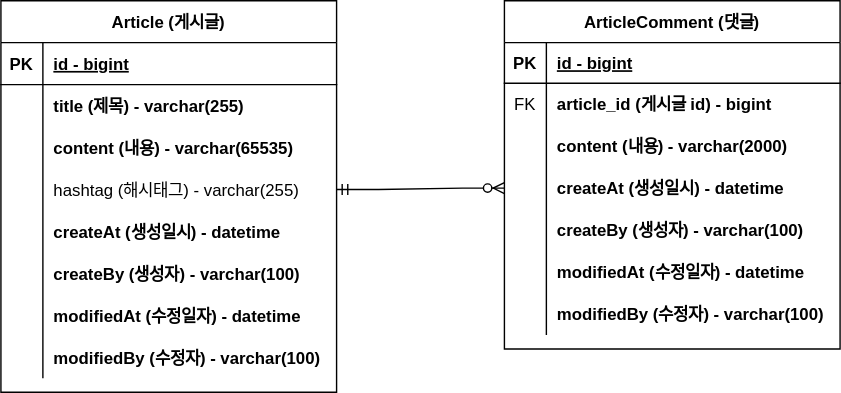
Before: doc/project-board-erd.svg, a diagram exported from draw.io (JadeKim042386/project-board). Source tidied: cells renumbered, new cells last; positions are measured from the earlier drawing's top-left corner, leaving out a move shared by most shapes.
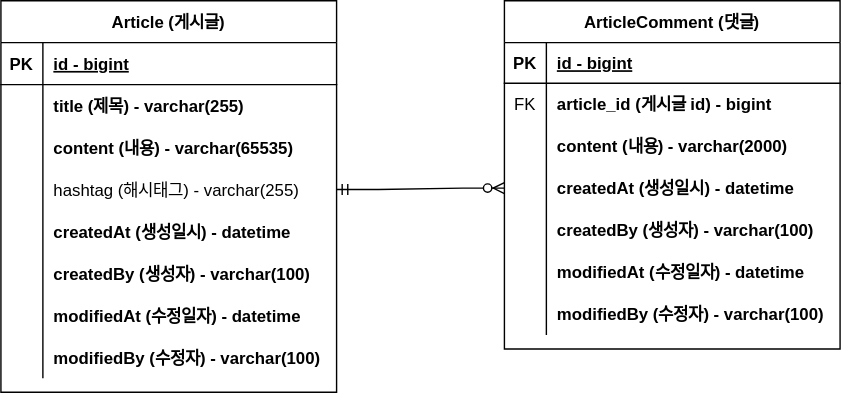
The same diagram one commit later.

What changed in the source:
```diff
@@ -47,7 +47,7 @@
     <mxCell id="16" style="shape=partialRectangle;overflow=hidden;fillColor=none;top=0;left=0;bottom=0;right=0;" parent="15" vertex="1">
       <mxGeometry width="30" height="30" as="geometry" />
     </mxCell>
-    <mxCell id="17" value="createAt (생성일시) - datetime" style="shape=partialRectangle;overflow=hidden;fillColor=none;top=0;left=0;bottom=0;right=0;align=left;spacingLeft=6;fontStyle=1;" parent="15" vertex="1">
+    <mxCell id="17" value="createdAt (생성일시) - datetime" style="shape=partialRectangle;overflow=hidden;fillColor=none;top=0;left=0;bottom=0;right=0;align=left;spacingLeft=6;fontStyle=1;" parent="15" vertex="1">
       <mxGeometry x="30" width="210" height="30" as="geometry" />
     </mxCell>
     <mxCell id="18" style="shape=partialRectangle;fillColor=none;top=0;left=0;right=0;bottom=0;" parent="2" vertex="1">
@@ -56,7 +56,7 @@
     <mxCell id="19" style="shape=partialRectangle;overflow=hidden;fillColor=none;top=0;left=0;bottom=0;right=0;" parent="18" vertex="1">
       <mxGeometry width="30" height="30" as="geometry" />
     </mxCell>
-    <mxCell id="20" value="createBy (생성자) - varchar(100)" style="shape=partialRectangle;overflow=hidden;fillColor=none;top=0;left=0;bottom=0;right=0;align=left;spacingLeft=6;fontStyle=1;" parent="18" vertex="1">
+    <mxCell id="20" value="createdBy (생성자) - varchar(100)" style="shape=partialRectangle;overflow=hidden;fillColor=none;top=0;left=0;bottom=0;right=0;align=left;spacingLeft=6;fontStyle=1;" parent="18" vertex="1">
       <mxGeometry x="30" width="210" height="30" as="geometry" />
     </mxCell>
     <mxCell id="21" style="shape=partialRectangle;fillColor=none;top=0;left=0;right=0;bottom=0;" parent="2" vertex="1">
@@ -113,7 +113,7 @@
     <mxCell id="38" style="shape=partialRectangle;overflow=hidden;fillColor=none;top=0;left=0;bottom=0;right=0;" parent="37" vertex="1">
       <mxGeometry width="30" height="30" as="geometry" />
     </mxCell>
-    <mxCell id="39" value="createAt (생성일시) - datetime" style="shape=partialRectangle;overflow=hidden;fillColor=none;top=0;left=0;bottom=0;right=0;align=left;spacingLeft=6;fontStyle=1;" parent="37" vertex="1">
+    <mxCell id="39" value="createdAt (생성일시) - datetime" style="shape=partialRectangle;overflow=hidden;fillColor=none;top=0;left=0;bottom=0;right=0;align=left;spacingLeft=6;fontStyle=1;" parent="37" vertex="1">
       <mxGeometry x="30" width="210" height="30" as="geometry" />
     </mxCell>
     <mxCell id="40" style="shape=partialRectangle;fillColor=none;top=0;left=0;right=0;bottom=0;" parent="27" vertex="1">
@@ -122,7 +122,7 @@
     <mxCell id="41" style="shape=partialRectangle;overflow=hidden;fillColor=none;top=0;left=0;bottom=0;right=0;" parent="40" vertex="1">
       <mxGeometry width="30" height="30" as="geometry" />
     </mxCell>
-    <mxCell id="42" value="createBy (생성자) - varchar(100)" style="shape=partialRectangle;overflow=hidden;fillColor=none;top=0;left=0;bottom=0;right=0;align=left;spacingLeft=6;fontStyle=1;" parent="40" vertex="1">
+    <mxCell id="42" value="createdBy (생성자) - varchar(100)" style="shape=partialRectangle;overflow=hidden;fillColor=none;top=0;left=0;bottom=0;right=0;align=left;spacingLeft=6;fontStyle=1;" parent="40" vertex="1">
       <mxGeometry x="30" width="210" height="30" as="geometry" />
     </mxCell>
     <mxCell id="43" style="shape=partialRectangle;fillColor=none;top=0;left=0;right=0;bottom=0;" parent="27" vertex="1">
```
